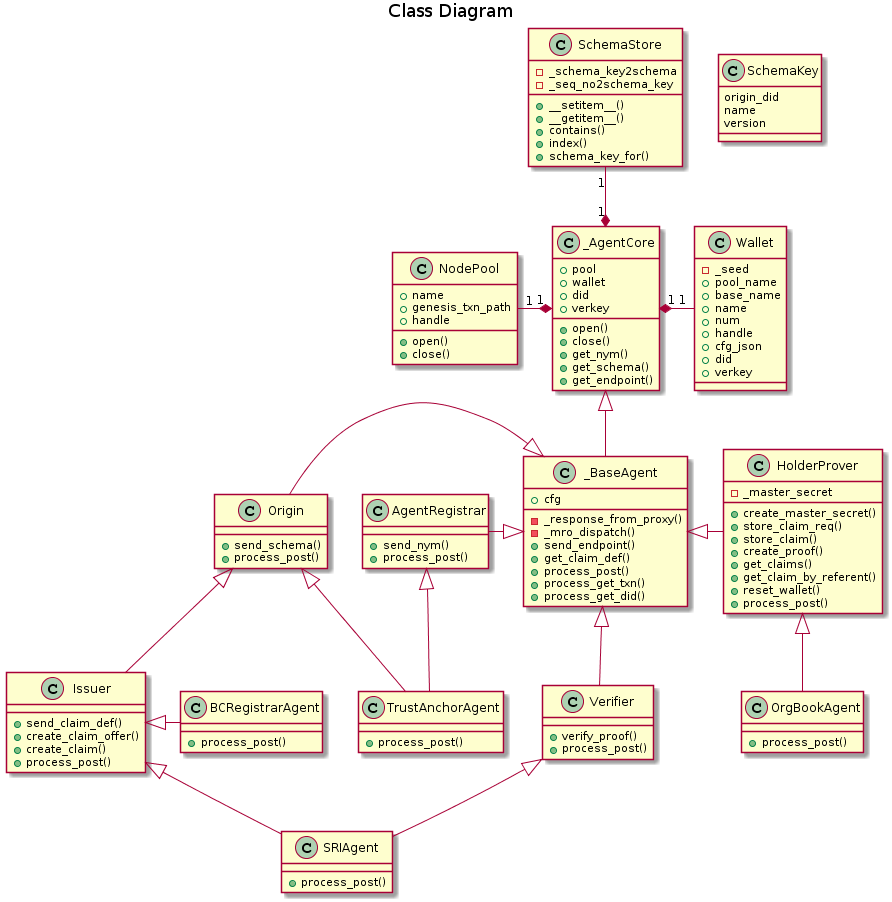
Earlier version of the PlantUML export doc/pic/class.png (PSPC-SPAC-buyandsell/von_base).
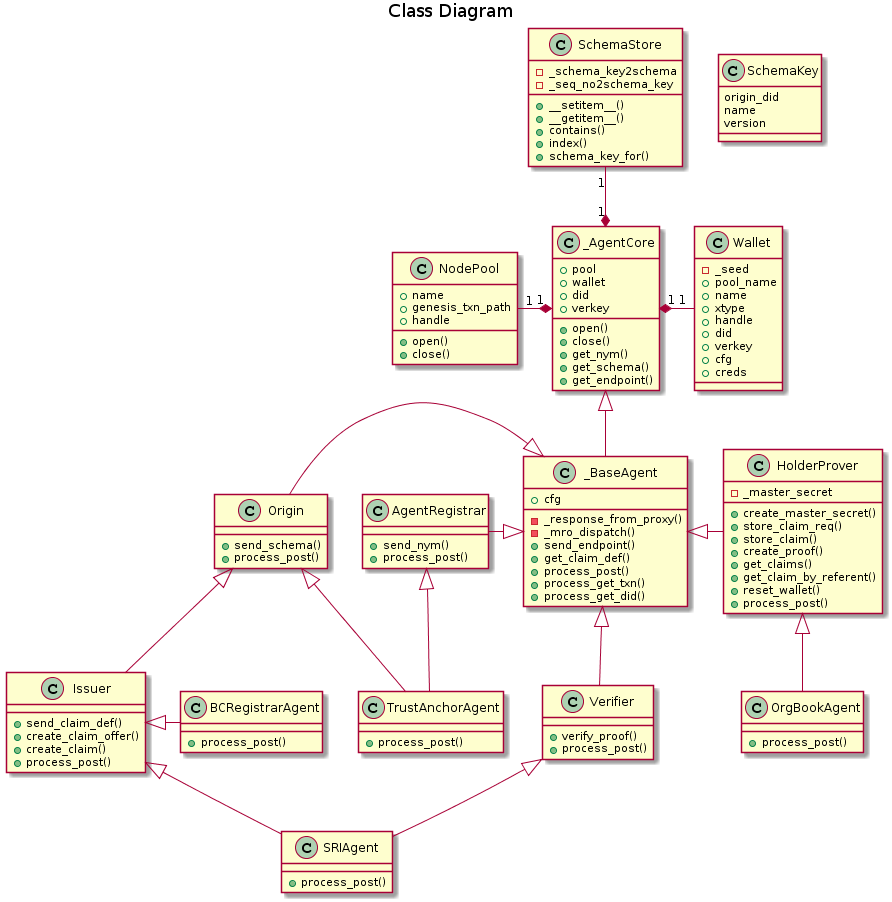
Above is the later version.

Change to the diagram source:
```diff
@@ -21,13 +21,13 @@
 class Wallet {
     -_seed
     +pool_name
-    +base_name
     +name
-    +num
+    +xtype
     +handle
-    +cfg_json
     +did
     +verkey
+    +cfg
+    +creds
 }
 
 class NodePool {
```
